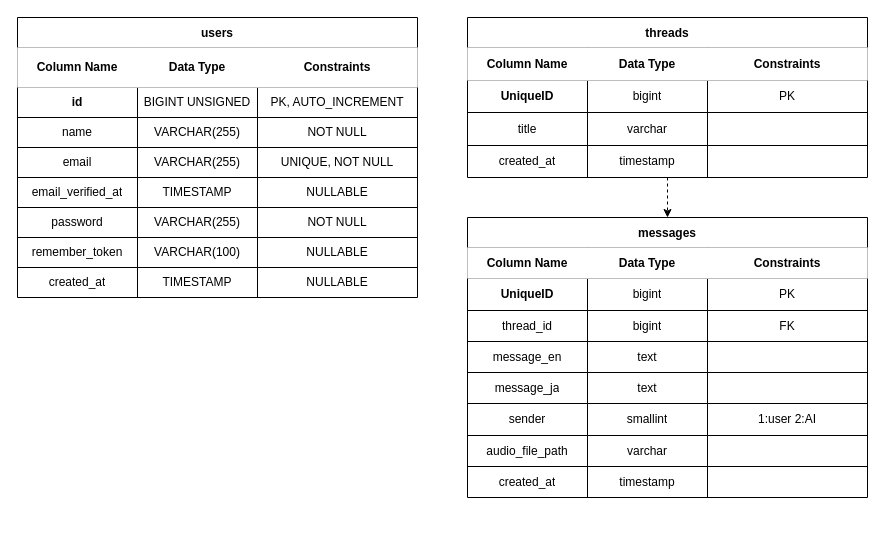
The draw.io diagram db.drawio in Zakky4/ai-english-app, before the edit. Source tidied: cells renumbered, new cells numbered last; positions are measured from the earlier drawing's top-left corner, leaving out a move shared by most shapes. Both pictures are drawn from the tidied source at 100%, with x=0, y=0 at pixel (17, 17).
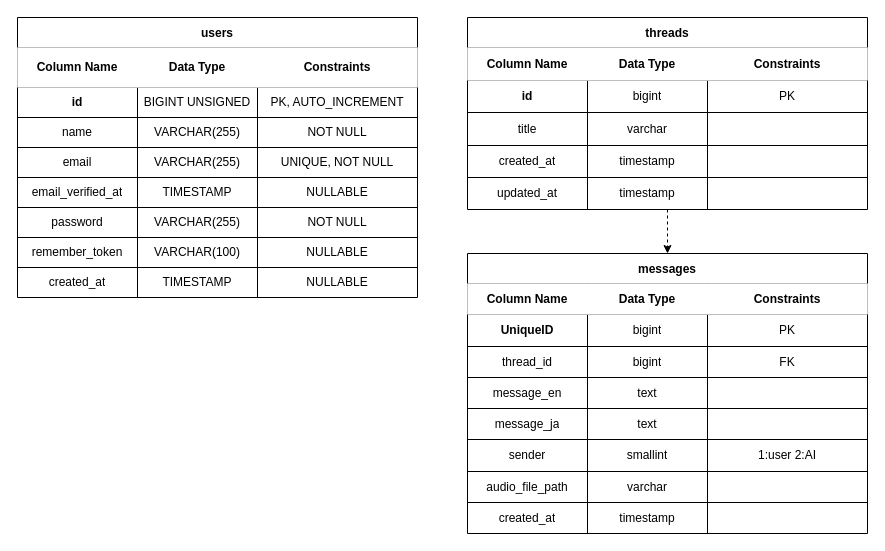
The same page after the edit.

Commit message (it also covers changes not shown here):
データベーススキーマを更新し、threadsテーブルにtitleカラムを追加しました。また、db.drawioファイルのグラフモデルのサイズを調整し、threadsテーブルの行の高さを変更しました。これにより、データベースの構造が明確になり、視覚的な整合性が向上します。

The change refers to these unchanged cells:
```xml
<mxCell id="40" style="shape=tableRow;horizontal=0;startSize=0;swimlaneHead=0;swimlaneBody=0;top=0;left=0;bottom=0;right=0;fillColor=none;" parent="35" vertex="1">
  <mxGeometry y="63" width="400" height="32" as="geometry" />
</mxCell>
```

What changed in the source:
```diff
@@
     <mxCell id="35" value="threads" style="shape=table;startSize=30;childLayout=tableLayout;fontStyle=1;align=center;" parent="1" vertex="1">
-      <mxGeometry x="450" width="400" height="160" as="geometry" />
+      <mxGeometry x="450" width="400" height="192" as="geometry" />
     </mxCell>
@@
-    <mxCell id="41" value="UniqueID" style="shape=partialRectangle;html=1;whiteSpace=wrap;fillColor=none;top=0;left=0;bottom=0;right=0;overflow=hidden;fontStyle=1;" parent="40" vertex="1">
+    <mxCell id="41" value="id" style="shape=partialRectangle;html=1;whiteSpace=wrap;fillColor=none;top=0;left=0;bottom=0;right=0;overflow=hidden;fontStyle=1;" parent="40" vertex="1">
       <mxGeometry width="120" height="32" as="geometry" />
     </mxCell>
@@
+    <mxCell id="86" style="shape=tableRow;horizontal=0;startSize=0;swimlaneHead=0;swimlaneBody=0;top=0;left=0;bottom=0;right=0;fillColor=none;" parent="35" vertex="1">
+      <mxGeometry y="160" width="400" height="32" as="geometry" />
+    </mxCell>
+    <mxCell id="87" value="updated_at" style="shape=partialRectangle;html=1;whiteSpace=wrap;fillColor=none;top=0;left=0;bottom=0;right=0;overflow=hidden;" parent="86" vertex="1">
+      <mxGeometry width="120" height="32" as="geometry" />
+    </mxCell>
+    <mxCell id="88" value="timestamp" style="shape=partialRectangle;html=1;whiteSpace=wrap;fillColor=none;top=0;left=0;bottom=0;right=0;overflow=hidden;" parent="86" vertex="1">
+      <mxGeometry x="120" width="120" height="32" as="geometry" />
+    </mxCell>
+    <mxCell id="89" style="shape=partialRectangle;html=1;whiteSpace=wrap;fillColor=none;top=0;left=0;bottom=0;right=0;overflow=hidden;" parent="86" vertex="1">
+      <mxGeometry x="240" width="160" height="32" as="geometry" />
+    </mxCell>
     <mxCell id="52" value="messages" style="shape=table;startSize=30;childLayout=tableLayout;fontStyle=1;align=center;" parent="1" vertex="1">
-      <mxGeometry x="450" y="200" width="400" height="280" as="geometry" />
+      <mxGeometry x="450" y="236" width="400" height="280" as="geometry" />
     </mxCell>
```
